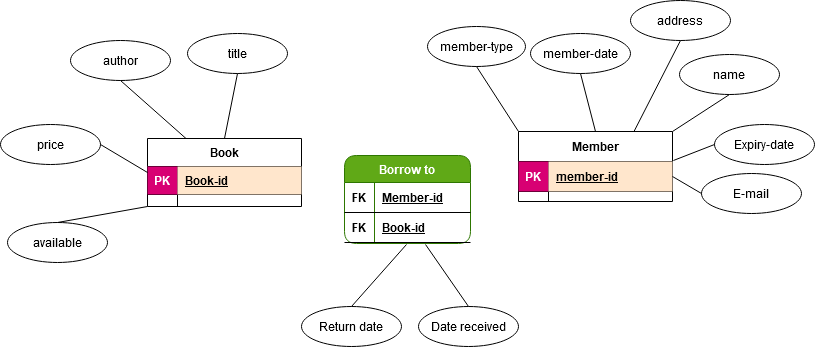
Before: library ERD.png, a diagram exported from draw.io (shahin-servati/card-with-Redux). Source tidied: cells renumbered, new cells last; positions are measured from the earlier drawing's top-left corner, leaving out a move shared by most shapes.
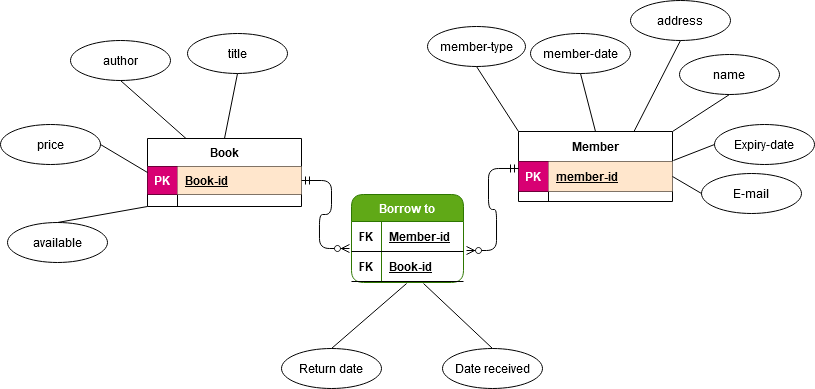
The same diagram one commit later.

What changed in the source:
```diff
@@ -87,10 +87,10 @@
       <mxGeometry relative="1" as="geometry" />
     </mxCell>
     <mxCell id="30" value="Return date" style="ellipse;whiteSpace=wrap;html=1;align=center;" parent="1" vertex="1">
-      <mxGeometry x="301" y="306" width="100" height="40" as="geometry" />
+      <mxGeometry x="281" y="348" width="100" height="40" as="geometry" />
     </mxCell>
     <mxCell id="31" value="Date received" style="ellipse;whiteSpace=wrap;html=1;align=center;" parent="1" vertex="1">
-      <mxGeometry x="418" y="306" width="100" height="40" as="geometry" />
+      <mxGeometry x="442" y="348" width="100" height="40" as="geometry" />
     </mxCell>
     <mxCell id="32" style="endArrow=none;html=1;rounded=0;exitX=0.492;exitY=1.067;exitDx=0;exitDy=0;entryX=0.5;entryY=0;entryDx=0;entryDy=0;exitPerimeter=0;" parent="1" edge="1" source="38" target="30">
       <mxGeometry relative="1" as="geometry" />
@@ -99,25 +99,31 @@
       <mxGeometry relative="1" as="geometry" />
     </mxCell>
     <mxCell id="34" value="Borrow to" style="shape=table;startSize=27;rowLines=0;fontStyle=1;align=center;rounded=1;shadow=0;sketch=0;fillColor=#60a917;strokeColor=#2D7600;fontColor=#ffffff;" parent="1" vertex="1">
-      <mxGeometry x="344" y="155" width="126" height="88" as="geometry" />
+      <mxGeometry x="351" y="194" width="112" height="88" as="geometry" />
     </mxCell>
     <mxCell id="35" style="shape=partialRectangle;fillColor=none;top=0;left=0;bottom=1;right=0;points=[[0,0.5],[1,0.5]];portConstraint=eastwest;" parent="34" vertex="1">
-      <mxGeometry y="27" width="126" height="30" as="geometry" />
+      <mxGeometry y="27" width="112" height="30" as="geometry" />
     </mxCell>
     <mxCell id="36" value="FK" style="shape=partialRectangle;fillColor=none;top=0;left=0;bottom=0;right=0;fontStyle=1;overflow=hidden;" parent="35" vertex="1">
       <mxGeometry width="30" height="30" as="geometry" />
     </mxCell>
     <mxCell id="37" value="Member-id" style="shape=partialRectangle;fillColor=none;top=0;left=0;bottom=0;right=0;align=left;spacingLeft=6;fontStyle=5;overflow=hidden;verticalAlign=middle;" parent="35" vertex="1">
-      <mxGeometry x="30" width="96" height="30" as="geometry" />
+      <mxGeometry x="30" width="82" height="30" as="geometry" />
     </mxCell>
     <mxCell id="38" style="shape=partialRectangle;fillColor=none;top=0;left=0;bottom=1;right=0;points=[[0,0.5],[1,0.5]];portConstraint=eastwest;" parent="34" vertex="1">
-      <mxGeometry y="57" width="126" height="30" as="geometry" />
+      <mxGeometry y="57" width="112" height="30" as="geometry" />
     </mxCell>
     <mxCell id="39" value="FK" style="shape=partialRectangle;fillColor=none;top=0;left=0;bottom=0;right=0;fontStyle=1;overflow=hidden;" parent="38" vertex="1">
       <mxGeometry width="30" height="30" as="geometry" />
     </mxCell>
     <mxCell id="40" value="Book-id" style="shape=partialRectangle;fillColor=none;top=0;left=0;bottom=0;right=0;align=left;spacingLeft=6;fontStyle=5;overflow=hidden;verticalAlign=middle;" parent="38" vertex="1">
-      <mxGeometry x="30" width="96" height="30" as="geometry" />
+      <mxGeometry x="30" width="82" height="30" as="geometry" />
     </mxCell>
+    <mxCell id="41" style="edgeStyle=entityRelationEdgeStyle;fontSize=12;html=1;endArrow=ERzeroToMany;startArrow=ERmandOne;exitX=1;exitY=0.5;exitDx=0;exitDy=0;entryX=-0.018;entryY=0.9;entryDx=0;entryDy=0;entryPerimeter=0;" parent="1" edge="1" source="3" target="35">
+      <mxGeometry relative="1" as="geometry" />
+    </mxCell>
+    <mxCell id="42" style="edgeStyle=entityRelationEdgeStyle;fontSize=12;html=1;endArrow=ERzeroToMany;startArrow=ERmandOne;entryX=1.027;entryY=-0.033;entryDx=0;entryDy=0;entryPerimeter=0;exitX=0;exitY=0.233;exitDx=0;exitDy=0;exitPerimeter=0;" parent="1" edge="1" source="15" target="38">
+      <mxGeometry relative="1" as="geometry" />
+    </mxCell>
   </root>
 </mxGraphModel>
```
